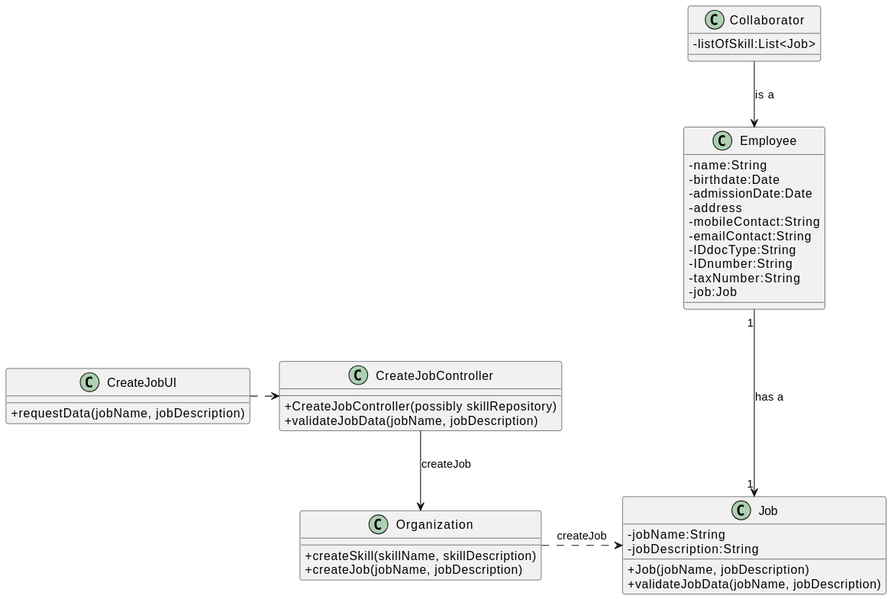
The PlantUML diagram docs/sprintB/us02/03.design/svg/us02-class-diagram.svg in Paulo-Pereira-at-ISEP/lei-24-s2-1nanb-g321, before a commit.
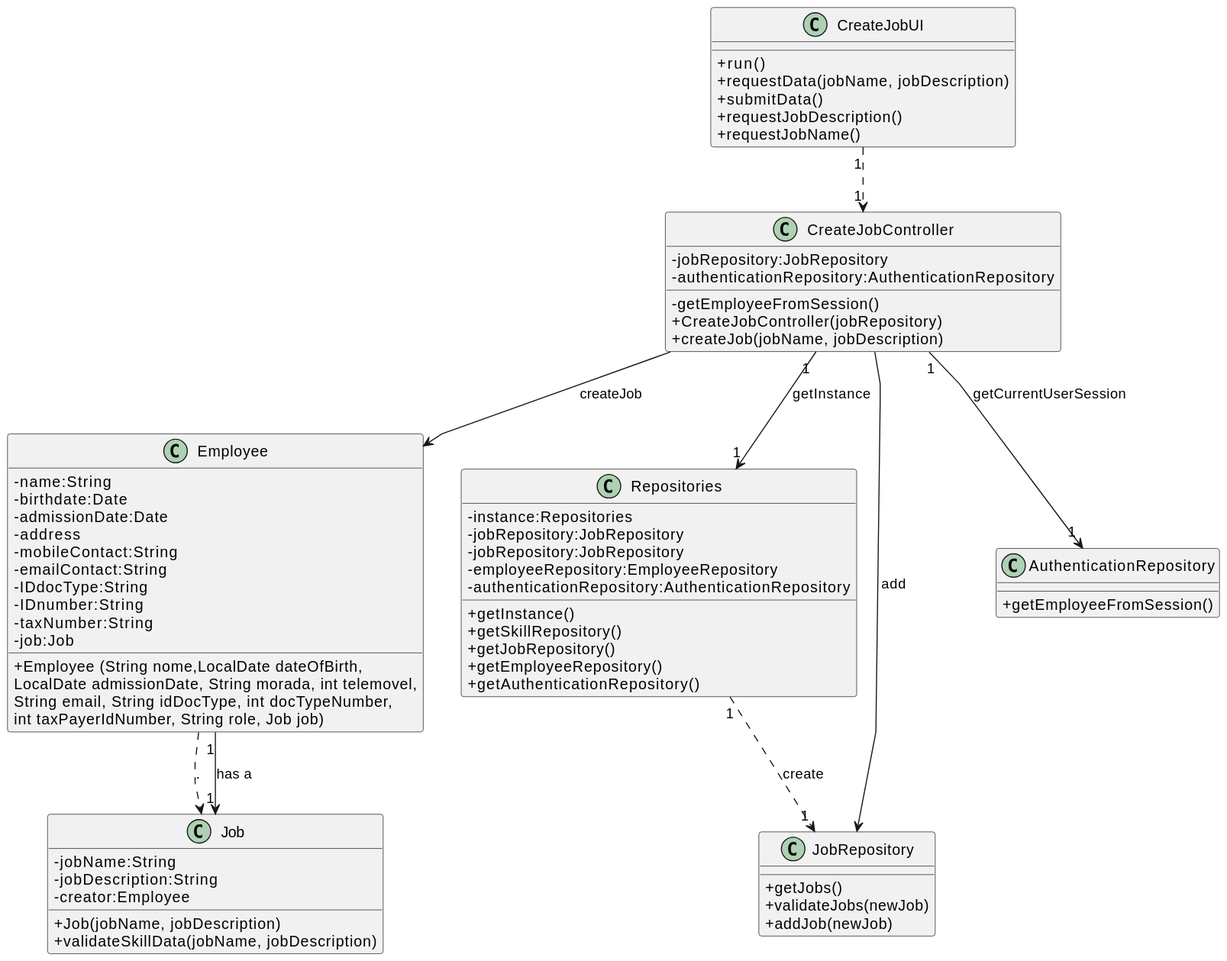
Above is the later version.

Commit message:
LGGPM-118 - US02 - Design - Class diagram update

Change to the diagram source:
```diff
@@ -7,14 +7,23 @@
 
 
 class CreateJobController {
-    + CreateJobController(possibly skillRepository)
-    + validateJobData(jobName, jobDescription)
+    -jobRepository:JobRepository
+    -authenticationRepository:AuthenticationRepository
+
+
+    -getEmployeeFromSession()
+    + CreateJobController(jobRepository)
+    + createJob(jobName, jobDescription)
 
 }
 
 
 class CreateJobUI {
+    +run()
     +requestData(jobName, jobDescription)
+    +submitData()
+    +requestJobDescription()
+    +requestJobName()
 }
 
 
@@ -30,30 +39,55 @@
     -taxNumber:String
     -job:Job
 
+    +Employee (String nome,LocalDate dateOfBirth,\nLocalDate admissionDate, String morada, int telemovel,\nString email, String idDocType, int docTypeNumber,\nint taxPayerIdNumber, String role, Job job)
 }
 
-class Collaborator {
-    -listOfSkill:List<Job>
+class Repositories{
+    - instance:Repositories
+    - jobRepository:JobRepository
+    - jobRepository:JobRepository
+    - employeeRepository:EmployeeRepository
+    -authenticationRepository:AuthenticationRepository
+
+
+    + getInstance()
+    + getSkillRepository()
+    + getJobRepository()
+    + getEmployeeRepository()
+    + getAuthenticationRepository()
 }
 
-class Organization {
-    +createSkill(skillName, skillDescription)
-    +createJob(jobName, jobDescription)
+class JobRepository{
+    + getJobs()
+    + validateJobs(newJob)
+    + addJob(newJob)
 }
 
-
+class AuthenticationRepository{
+    + getEmployeeFromSession()
+}
 
 class Job {
     -jobName:String
     -jobDescription:String
+    -creator:Employee
 
     +Job(jobName, jobDescription)
-    +validateJobData(jobName, jobDescription)
+    +validateSkillData(jobName, jobDescription)
 }
 
-CreateJobUI .> CreateJobController
-Employee "1" ---> "1" Job : has a
-CreateJobController -->  Organization : createJob
-Organization .> Job : createJob
-Collaborator --> Employee : is a
+CreateJobUI "1" ..> "1" CreateJobController
+
+CreateJobController "1" --> "1" Repositories : getInstance
+
+Repositories "1" ..> "1" JobRepository : create
+
+CreateJobController --> Employee : createJob
+CreateJobController "1" --> "1" AuthenticationRepository : getCurrentUserSession
+
+Employee ..>Job : .
+
+Employee "1" --> "1" Job : has a
+
+CreateJobController --> JobRepository: add
 @enduml
```
